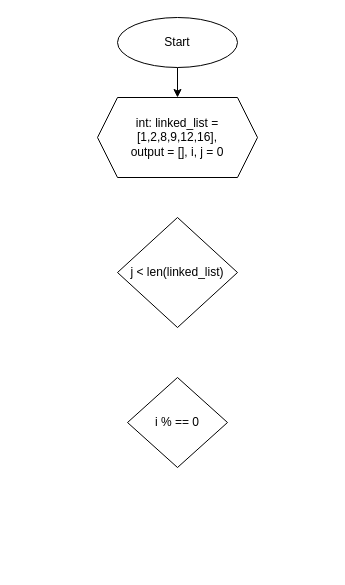
This is reverselinkedlist.drawio from 1nnocentia/Flowchart, a draw.io file, before an edit. Source tidied: cells renumbered, new cells numbered last; positions are measured from the earlier drawing's top-left corner, leaving out a move shared by most shapes. Both pictures are drawn from the tidied source at 100%, with x=0, y=0 at pixel (97, 17).
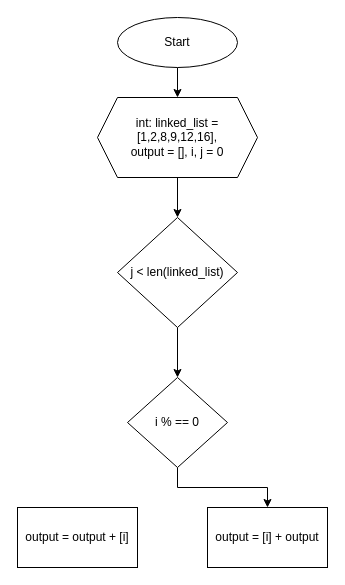
After the change.

Diff of the diagram source:
```diff
@@
 <mxGraphModel>
   <root>
     <mxCell id="0" />
     <mxCell id="1" parent="0" />
     <mxCell id="2" style="edgeStyle=orthogonalEdgeStyle;rounded=0;jettySize=auto;html=1;" parent="1" edge="1" source="3" target="4">
       <mxGeometry relative="1" as="geometry" />
     </mxCell>
     <mxCell id="3" value="Start" style="ellipse;whiteSpace=wrap;html=1;" parent="1" vertex="1">
       <mxGeometry x="20" width="120" height="50" as="geometry" />
     </mxCell>
+    <mxCell id="7" style="edgeStyle=orthogonalEdgeStyle;rounded=0;jettySize=auto;html=1;" parent="1" edge="1" source="4" target="5">
+      <mxGeometry relative="1" as="geometry" />
+    </mxCell>
     <mxCell id="4" value="int: linked_list = [1,2,8,9,12,16],&lt;div&gt;output = [], i, j = 0&lt;/div&gt;" style="shape=hexagon;perimeter=hexagonPerimeter2;whiteSpace=wrap;html=1;fixedSize=1;" parent="1" vertex="1">
       <mxGeometry y="80" width="160" height="80" as="geometry" />
     </mxCell>
+    <mxCell id="8" style="edgeStyle=orthogonalEdgeStyle;rounded=0;jettySize=auto;html=1;" parent="1" edge="1" source="5" target="6">
+      <mxGeometry relative="1" as="geometry" />
+    </mxCell>
     <mxCell id="5" value="j &amp;lt; len(linked_list)" style="rhombus;whiteSpace=wrap;html=1;" parent="1" vertex="1">
       <mxGeometry x="20" y="200" width="120" height="110" as="geometry" />
     </mxCell>
+    <mxCell id="9" style="edgeStyle=orthogonalEdgeStyle;rounded=0;jettySize=auto;html=1;" parent="1" edge="1" source="6" target="10">
+      <mxGeometry relative="1" as="geometry" />
+    </mxCell>
     <mxCell id="6" value="i % == 0" style="rhombus;whiteSpace=wrap;html=1;" parent="1" vertex="1">
       <mxGeometry x="30" y="360" width="100" height="90" as="geometry" />
     </mxCell>
+    <mxCell id="10" value="output = [i] + output" style="rounded=0;whiteSpace=wrap;html=1;" parent="1" vertex="1">
+      <mxGeometry x="110" y="490" width="120" height="60" as="geometry" />
+    </mxCell>
+    <mxCell id="11" value="output = output + [i]" style="rounded=0;whiteSpace=wrap;html=1;" parent="1" vertex="1">
+      <mxGeometry x="-80" y="490" width="120" height="60" as="geometry" />
+    </mxCell>
   </root>
 </mxGraphModel>
```
